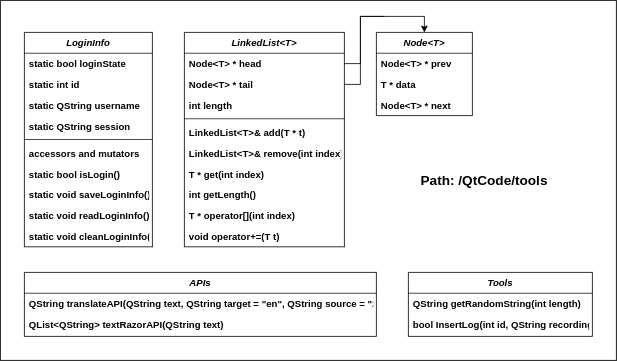
Earlier version of the draw.io export doc/tools_class.png (Zhang-JK/Memorier). Source tidied: cells renumbered, new cells last; positions are measured from the earlier drawing's top-left corner, leaving out a move shared by most shapes. The source it was exported from:
```xml
<mxGraphModel>
  <root>
    <mxCell id="0" />
    <mxCell id="1" parent="0" />
    <mxCell id="2" style="rounded=0;whiteSpace=wrap;html=1;fontStyle=1;" parent="1" vertex="1">
      <mxGeometry width="770" height="450" as="geometry" />
    </mxCell>
    <mxCell id="3" value="LoginInfo" style="swimlane;fontStyle=3;align=center;verticalAlign=top;horizontal=1;startSize=26;rounded=0;shadow=0;strokeWidth=1;" parent="1" vertex="1">
      <mxGeometry x="30" y="40" width="160" height="268" as="geometry" />
    </mxCell>
    <mxCell id="4" value="static bool loginState" style="text;align=left;verticalAlign=top;spacingLeft=4;spacingRight=4;overflow=hidden;fontStyle=1;" parent="3" vertex="1">
      <mxGeometry y="26" width="160" height="26" as="geometry" />
    </mxCell>
    <mxCell id="5" value="static int id" style="text;align=left;verticalAlign=top;spacingLeft=4;spacingRight=4;overflow=hidden;rounded=0;shadow=0;html=0;fontStyle=1;" parent="3" vertex="1">
      <mxGeometry y="52" width="160" height="26" as="geometry" />
    </mxCell>
    <mxCell id="6" value="static QString username" style="text;align=left;verticalAlign=top;spacingLeft=4;spacingRight=4;overflow=hidden;rounded=0;shadow=0;html=0;fontStyle=1;" parent="3" vertex="1">
      <mxGeometry y="78" width="160" height="26" as="geometry" />
    </mxCell>
    <mxCell id="7" value="static QString session" style="text;align=left;verticalAlign=top;spacingLeft=4;spacingRight=4;overflow=hidden;rounded=0;shadow=0;html=0;fontStyle=1;" parent="3" vertex="1">
      <mxGeometry y="104" width="160" height="26" as="geometry" />
    </mxCell>
    <mxCell id="8" style="line;html=1;strokeWidth=1;align=left;verticalAlign=middle;spacingTop=-1;spacingLeft=3;spacingRight=3;labelPosition=right;fontStyle=1;" parent="3" vertex="1">
      <mxGeometry y="130" width="160" height="8" as="geometry" />
    </mxCell>
    <mxCell id="9" value="accessors and mutators&#10;" style="text;align=left;verticalAlign=top;spacingLeft=4;spacingRight=4;overflow=hidden;fontStyle=1;" parent="3" vertex="1">
      <mxGeometry y="138" width="160" height="26" as="geometry" />
    </mxCell>
    <mxCell id="10" value="static bool isLogin()" style="text;align=left;verticalAlign=top;spacingLeft=4;spacingRight=4;overflow=hidden;fontStyle=1;" parent="3" vertex="1">
      <mxGeometry y="164" width="160" height="26" as="geometry" />
    </mxCell>
    <mxCell id="11" value="static void saveLoginInfo()" style="text;align=left;verticalAlign=top;spacingLeft=4;spacingRight=4;overflow=hidden;fontStyle=1;" parent="3" vertex="1">
      <mxGeometry y="190" width="160" height="26" as="geometry" />
    </mxCell>
    <mxCell id="12" value="static void readLoginInfo()" style="text;align=left;verticalAlign=top;spacingLeft=4;spacingRight=4;overflow=hidden;fontStyle=1;" parent="3" vertex="1">
      <mxGeometry y="216" width="160" height="26" as="geometry" />
    </mxCell>
    <mxCell id="13" value="static void cleanLoginInfo()" style="text;align=left;verticalAlign=top;spacingLeft=4;spacingRight=4;overflow=hidden;fontStyle=1;" parent="3" vertex="1">
      <mxGeometry y="242" width="160" height="26" as="geometry" />
    </mxCell>
    <mxCell id="14" value="APIs" style="swimlane;fontStyle=3;align=center;verticalAlign=top;horizontal=1;startSize=26;rounded=0;shadow=0;strokeWidth=1;" parent="1" vertex="1">
      <mxGeometry x="30" y="340" width="440" height="80" as="geometry" />
    </mxCell>
    <mxCell id="15" value="QString translateAPI(QString text, QString target = &quot;en&quot;, QString source = &quot;zh&quot;)" style="text;align=left;verticalAlign=top;spacingLeft=4;spacingRight=4;overflow=hidden;fontStyle=1;" parent="14" vertex="1">
      <mxGeometry y="26" width="440" height="26" as="geometry" />
    </mxCell>
    <mxCell id="16" value="QList&lt;QString&gt; textRazorAPI(QString text)" style="text;align=left;verticalAlign=top;spacingLeft=4;spacingRight=4;overflow=hidden;rounded=0;shadow=0;html=0;fontStyle=1;" parent="14" vertex="1">
      <mxGeometry y="52" width="440" height="26" as="geometry" />
    </mxCell>
    <mxCell id="17" value="Tools" style="swimlane;fontStyle=3;align=center;verticalAlign=top;horizontal=1;startSize=26;rounded=0;shadow=0;strokeWidth=1;" parent="1" vertex="1">
      <mxGeometry x="510" y="340" width="230" height="80" as="geometry" />
    </mxCell>
    <mxCell id="18" value="QString getRandomString(int length)" style="text;align=left;verticalAlign=top;spacingLeft=4;spacingRight=4;overflow=hidden;fontStyle=1;" parent="17" vertex="1">
      <mxGeometry y="26" width="230" height="26" as="geometry" />
    </mxCell>
    <mxCell id="19" value="bool InsertLog(int id, QString recording)" style="text;align=left;verticalAlign=top;spacingLeft=4;spacingRight=4;overflow=hidden;rounded=0;shadow=0;html=0;fontStyle=1;" parent="17" vertex="1">
      <mxGeometry y="52" width="230" height="26" as="geometry" />
    </mxCell>
    <mxCell id="20" value="LinkedList&lt;T&gt;" style="swimlane;fontStyle=3;align=center;verticalAlign=top;horizontal=1;startSize=26;rounded=0;shadow=0;strokeWidth=1;" parent="1" vertex="1">
      <mxGeometry x="230" y="40" width="200" height="268" as="geometry" />
    </mxCell>
    <mxCell id="21" value="Node&lt;T&gt; * head" style="text;align=left;verticalAlign=top;spacingLeft=4;spacingRight=4;overflow=hidden;points=[[0,0.5],[1,0.5]];portConstraint=eastwest;fontStyle=1;" parent="20" vertex="1">
      <mxGeometry y="26" width="200" height="26" as="geometry" />
    </mxCell>
    <mxCell id="22" value="Node&lt;T&gt; * tail" style="text;align=left;verticalAlign=top;spacingLeft=4;spacingRight=4;overflow=hidden;points=[[0,0.5],[1,0.5]];portConstraint=eastwest;rounded=0;shadow=0;html=0;fontStyle=1;" parent="20" vertex="1">
      <mxGeometry y="52" width="200" height="26" as="geometry" />
    </mxCell>
    <mxCell id="23" value="int length" style="text;align=left;verticalAlign=top;spacingLeft=4;spacingRight=4;overflow=hidden;rounded=0;shadow=0;html=0;fontStyle=1;" parent="20" vertex="1">
      <mxGeometry y="78" width="200" height="26" as="geometry" />
    </mxCell>
    <mxCell id="24" style="line;html=1;strokeWidth=1;align=left;verticalAlign=middle;spacingTop=-1;spacingLeft=3;spacingRight=3;labelPosition=right;fontStyle=1;" parent="20" vertex="1">
      <mxGeometry y="104" width="200" height="8" as="geometry" />
    </mxCell>
    <mxCell id="25" value="LinkedList&lt;T&gt;&amp; add(T * t)" style="text;align=left;verticalAlign=top;spacingLeft=4;spacingRight=4;overflow=hidden;fontStyle=1;" parent="20" vertex="1">
      <mxGeometry y="112" width="200" height="26" as="geometry" />
    </mxCell>
    <mxCell id="26" value="LinkedList&lt;T&gt;&amp; remove(int index)" style="text;align=left;verticalAlign=top;spacingLeft=4;spacingRight=4;overflow=hidden;fontStyle=1;" parent="20" vertex="1">
      <mxGeometry y="138" width="200" height="26" as="geometry" />
    </mxCell>
    <mxCell id="27" value="T * get(int index)" style="text;align=left;verticalAlign=top;spacingLeft=4;spacingRight=4;overflow=hidden;fontStyle=1;" parent="20" vertex="1">
      <mxGeometry y="164" width="200" height="26" as="geometry" />
    </mxCell>
    <mxCell id="28" value="int getLength()" style="text;align=left;verticalAlign=top;spacingLeft=4;spacingRight=4;overflow=hidden;fontStyle=1;" parent="20" vertex="1">
      <mxGeometry y="190" width="200" height="26" as="geometry" />
    </mxCell>
    <mxCell id="29" value="T * operator[](int index)" style="text;align=left;verticalAlign=top;spacingLeft=4;spacingRight=4;overflow=hidden;fontStyle=1;" parent="20" vertex="1">
      <mxGeometry y="216" width="200" height="26" as="geometry" />
    </mxCell>
    <mxCell id="30" value="void operator+=(T t)" style="text;align=left;verticalAlign=top;spacingLeft=4;spacingRight=4;overflow=hidden;fontStyle=1;" parent="20" vertex="1">
      <mxGeometry y="242" width="200" height="26" as="geometry" />
    </mxCell>
    <mxCell id="31" value="Node&lt;T&gt;" style="swimlane;fontStyle=3;align=center;verticalAlign=top;horizontal=1;startSize=26;rounded=0;shadow=0;strokeWidth=1;" parent="1" vertex="1">
      <mxGeometry x="470" y="40" width="120" height="104" as="geometry" />
    </mxCell>
    <mxCell id="32" value="Node&lt;T&gt; * prev" style="text;align=left;verticalAlign=top;spacingLeft=4;spacingRight=4;overflow=hidden;fontStyle=1;" parent="31" vertex="1">
      <mxGeometry y="26" width="120" height="26" as="geometry" />
    </mxCell>
    <mxCell id="33" value="T * data" style="text;align=left;verticalAlign=top;spacingLeft=4;spacingRight=4;overflow=hidden;rounded=0;shadow=0;html=0;fontStyle=1;" parent="31" vertex="1">
      <mxGeometry y="52" width="120" height="26" as="geometry" />
    </mxCell>
    <mxCell id="34" value="Node&lt;T&gt; * next" style="text;align=left;verticalAlign=top;spacingLeft=4;spacingRight=4;overflow=hidden;rounded=0;shadow=0;html=0;fontStyle=1;" parent="31" vertex="1">
      <mxGeometry y="78" width="120" height="26" as="geometry" />
    </mxCell>
    <mxCell id="35" style="edgeStyle=orthogonalEdgeStyle;rounded=0;jettySize=auto;html=1;exitX=1;exitY=0.5;exitDx=0;exitDy=0;entryX=0.5;entryY=0;entryDx=0;entryDy=0;fontStyle=1;" parent="1" edge="1" source="21" target="31">
      <mxGeometry relative="1" as="geometry" />
    </mxCell>
    <mxCell id="36" style="edgeStyle=orthogonalEdgeStyle;rounded=0;jettySize=auto;html=1;exitX=1;exitY=0.5;exitDx=0;exitDy=0;endArrow=none;endFill=0;fontStyle=1;" parent="1" edge="1" source="22">
      <mxGeometry relative="1" as="geometry">
        <mxPoint x="480" y="20" as="targetPoint" />
        <Array as="points">
          <mxPoint x="450" y="105" />
          <mxPoint x="450" y="20" />
        </Array>
      </mxGeometry>
    </mxCell>
    <mxCell id="37" value="Path: /QtCode/tools" style="text;html=1;strokeColor=none;fillColor=none;align=center;verticalAlign=middle;whiteSpace=wrap;rounded=0;fontSize=17;fontStyle=1;" parent="1" vertex="1">
      <mxGeometry x="520" y="215" width="170" height="20" as="geometry" />
    </mxCell>
  </root>
</mxGraphModel>
```
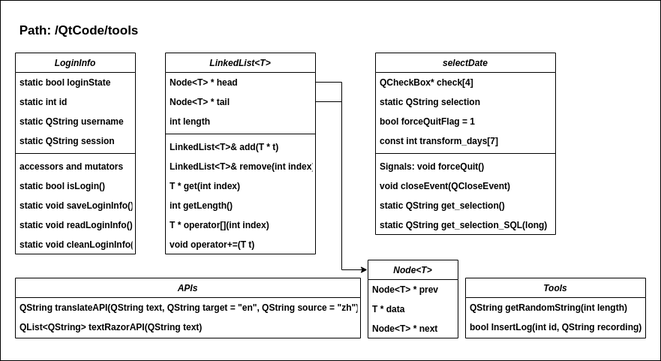
Later version of the same file.

Diff of the diagram source:
```diff
@@ -3,7 +3,7 @@
     <mxCell id="0" />
     <mxCell id="1" parent="0" />
     <mxCell id="2" style="rounded=0;whiteSpace=wrap;html=1;fontStyle=1;" parent="1" vertex="1">
-      <mxGeometry width="770" height="450" as="geometry" />
+      <mxGeometry x="10" y="-30" width="880" height="480" as="geometry" />
     </mxCell>
     <mxCell id="3" value="LoginInfo" style="swimlane;fontStyle=3;align=center;verticalAlign=top;horizontal=1;startSize=26;rounded=0;shadow=0;strokeWidth=1;" parent="1" vertex="1">
       <mxGeometry x="30" y="40" width="160" height="268" as="geometry" />
@@ -39,22 +39,22 @@
       <mxGeometry y="242" width="160" height="26" as="geometry" />
     </mxCell>
     <mxCell id="14" value="APIs" style="swimlane;fontStyle=3;align=center;verticalAlign=top;horizontal=1;startSize=26;rounded=0;shadow=0;strokeWidth=1;" parent="1" vertex="1">
-      <mxGeometry x="30" y="340" width="440" height="80" as="geometry" />
+      <mxGeometry x="30" y="340" width="460" height="80" as="geometry" />
     </mxCell>
     <mxCell id="15" value="QString translateAPI(QString text, QString target = &quot;en&quot;, QString source = &quot;zh&quot;)" style="text;align=left;verticalAlign=top;spacingLeft=4;spacingRight=4;overflow=hidden;fontStyle=1;" parent="14" vertex="1">
-      <mxGeometry y="26" width="440" height="26" as="geometry" />
+      <mxGeometry y="26" width="460" height="26" as="geometry" />
     </mxCell>
     <mxCell id="16" value="QList&lt;QString&gt; textRazorAPI(QString text)" style="text;align=left;verticalAlign=top;spacingLeft=4;spacingRight=4;overflow=hidden;rounded=0;shadow=0;html=0;fontStyle=1;" parent="14" vertex="1">
-      <mxGeometry y="52" width="440" height="26" as="geometry" />
+      <mxGeometry y="52" width="460" height="26" as="geometry" />
     </mxCell>
     <mxCell id="17" value="Tools" style="swimlane;fontStyle=3;align=center;verticalAlign=top;horizontal=1;startSize=26;rounded=0;shadow=0;strokeWidth=1;" parent="1" vertex="1">
-      <mxGeometry x="510" y="340" width="230" height="80" as="geometry" />
+      <mxGeometry x="630" y="340" width="240" height="80" as="geometry" />
     </mxCell>
     <mxCell id="18" value="QString getRandomString(int length)" style="text;align=left;verticalAlign=top;spacingLeft=4;spacingRight=4;overflow=hidden;fontStyle=1;" parent="17" vertex="1">
-      <mxGeometry y="26" width="230" height="26" as="geometry" />
+      <mxGeometry y="26" width="240" height="26" as="geometry" />
     </mxCell>
     <mxCell id="19" value="bool InsertLog(int id, QString recording)" style="text;align=left;verticalAlign=top;spacingLeft=4;spacingRight=4;overflow=hidden;rounded=0;shadow=0;html=0;fontStyle=1;" parent="17" vertex="1">
-      <mxGeometry y="52" width="230" height="26" as="geometry" />
+      <mxGeometry y="52" width="240" height="26" as="geometry" />
     </mxCell>
     <mxCell id="20" value="LinkedList&lt;T&gt;" style="swimlane;fontStyle=3;align=center;verticalAlign=top;horizontal=1;startSize=26;rounded=0;shadow=0;strokeWidth=1;" parent="1" vertex="1">
       <mxGeometry x="230" y="40" width="200" height="268" as="geometry" />
@@ -90,7 +90,7 @@
       <mxGeometry y="242" width="200" height="26" as="geometry" />
     </mxCell>
     <mxCell id="31" value="Node&lt;T&gt;" style="swimlane;fontStyle=3;align=center;verticalAlign=top;horizontal=1;startSize=26;rounded=0;shadow=0;strokeWidth=1;" parent="1" vertex="1">
-      <mxGeometry x="470" y="40" width="120" height="104" as="geometry" />
+      <mxGeometry x="500" y="316" width="120" height="104" as="geometry" />
     </mxCell>
     <mxCell id="32" value="Node&lt;T&gt; * prev" style="text;align=left;verticalAlign=top;spacingLeft=4;spacingRight=4;overflow=hidden;fontStyle=1;" parent="31" vertex="1">
       <mxGeometry y="26" width="120" height="26" as="geometry" />
@@ -101,20 +101,46 @@
     <mxCell id="34" value="Node&lt;T&gt; * next" style="text;align=left;verticalAlign=top;spacingLeft=4;spacingRight=4;overflow=hidden;rounded=0;shadow=0;html=0;fontStyle=1;" parent="31" vertex="1">
       <mxGeometry y="78" width="120" height="26" as="geometry" />
     </mxCell>
-    <mxCell id="35" style="edgeStyle=orthogonalEdgeStyle;rounded=0;jettySize=auto;html=1;exitX=1;exitY=0.5;exitDx=0;exitDy=0;entryX=0.5;entryY=0;entryDx=0;entryDy=0;fontStyle=1;" parent="1" edge="1" source="21" target="31">
+    <mxCell id="35" style="edgeStyle=orthogonalEdgeStyle;rounded=0;jettySize=auto;html=1;exitX=1;exitY=0.5;exitDx=0;exitDy=0;entryX=-0.008;entryY=0.125;entryDx=0;entryDy=0;fontStyle=1;entryPerimeter=0;" parent="1" edge="1" source="21" target="31">
       <mxGeometry relative="1" as="geometry" />
     </mxCell>
-    <mxCell id="36" style="edgeStyle=orthogonalEdgeStyle;rounded=0;jettySize=auto;html=1;exitX=1;exitY=0.5;exitDx=0;exitDy=0;endArrow=none;endFill=0;fontStyle=1;" parent="1" edge="1" source="22">
-      <mxGeometry relative="1" as="geometry">
-        <mxPoint x="480" y="20" as="targetPoint" />
-        <Array as="points">
-          <mxPoint x="450" y="105" />
-          <mxPoint x="450" y="20" />
-        </Array>
-      </mxGeometry>
-    </mxCell>
     <mxCell id="37" value="Path: /QtCode/tools" style="text;html=1;strokeColor=none;fillColor=none;align=center;verticalAlign=middle;whiteSpace=wrap;rounded=0;fontSize=17;fontStyle=1;" parent="1" vertex="1">
-      <mxGeometry x="520" y="215" width="170" height="20" as="geometry" />
+      <mxGeometry x="30" width="170" height="20" as="geometry" />
     </mxCell>
+    <mxCell id="38" value="selectDate" style="swimlane;fontStyle=3;align=center;verticalAlign=top;horizontal=1;startSize=26;rounded=0;shadow=0;strokeWidth=1;" parent="1" vertex="1">
+      <mxGeometry x="510" y="40" width="240" height="242" as="geometry" />
+    </mxCell>
+    <mxCell id="39" value="QCheckBox* check[4]" style="text;align=left;verticalAlign=top;spacingLeft=4;spacingRight=4;overflow=hidden;fontStyle=1;" parent="38" vertex="1">
+      <mxGeometry y="26" width="240" height="26" as="geometry" />
+    </mxCell>
+    <mxCell id="40" value="static QString selection" style="text;align=left;verticalAlign=top;spacingLeft=4;spacingRight=4;overflow=hidden;rounded=0;shadow=0;html=0;fontStyle=1;" parent="38" vertex="1">
+      <mxGeometry y="52" width="240" height="26" as="geometry" />
+    </mxCell>
+    <mxCell id="41" value="bool forceQuitFlag = 1" style="text;align=left;verticalAlign=top;spacingLeft=4;spacingRight=4;overflow=hidden;rounded=0;shadow=0;html=0;fontStyle=1;" parent="38" vertex="1">
+      <mxGeometry y="78" width="240" height="26" as="geometry" />
+    </mxCell>
+    <mxCell id="42" value="const int transform_days[7]" style="text;align=left;verticalAlign=top;spacingLeft=4;spacingRight=4;overflow=hidden;rounded=0;shadow=0;html=0;fontStyle=1;" parent="38" vertex="1">
+      <mxGeometry y="104" width="240" height="26" as="geometry" />
+    </mxCell>
+    <mxCell id="43" style="line;html=1;strokeWidth=1;align=left;verticalAlign=middle;spacingTop=-1;spacingLeft=3;spacingRight=3;labelPosition=right;fontStyle=1;" parent="38" vertex="1">
+      <mxGeometry y="130" width="240" height="8" as="geometry" />
+    </mxCell>
+    <mxCell id="44" value="Signals: void forceQuit()" style="text;align=left;verticalAlign=top;spacingLeft=4;spacingRight=4;overflow=hidden;fontStyle=1;" parent="38" vertex="1">
+      <mxGeometry y="138" width="240" height="26" as="geometry" />
+    </mxCell>
+    <mxCell id="45" value="void closeEvent(QCloseEvent)" style="text;align=left;verticalAlign=top;spacingLeft=4;spacingRight=4;overflow=hidden;fontStyle=1;" parent="38" vertex="1">
+      <mxGeometry y="164" width="240" height="26" as="geometry" />
+    </mxCell>
+    <mxCell id="46" value="static QString get_selection()" style="text;align=left;verticalAlign=top;spacingLeft=4;spacingRight=4;overflow=hidden;fontStyle=1;" parent="38" vertex="1">
+      <mxGeometry y="190" width="240" height="26" as="geometry" />
+    </mxCell>
+    <mxCell id="47" value="static QString get_selection_SQL(long)" style="text;align=left;verticalAlign=top;spacingLeft=4;spacingRight=4;overflow=hidden;fontStyle=1;" parent="38" vertex="1">
+      <mxGeometry y="216" width="240" height="26" as="geometry" />
+    </mxCell>
+    <mxCell id="48" style="endArrow=none;html=1;strokeWidth=1;exitX=1;exitY=0.5;exitDx=0;exitDy=0;" parent="1" edge="1" source="22">
+      <mxGeometry relative="1" as="geometry">
+        <mxPoint x="465" y="105" as="targetPoint" />
+      </mxGeometry>
+    </mxCell>
   </root>
 </mxGraphModel>
```
